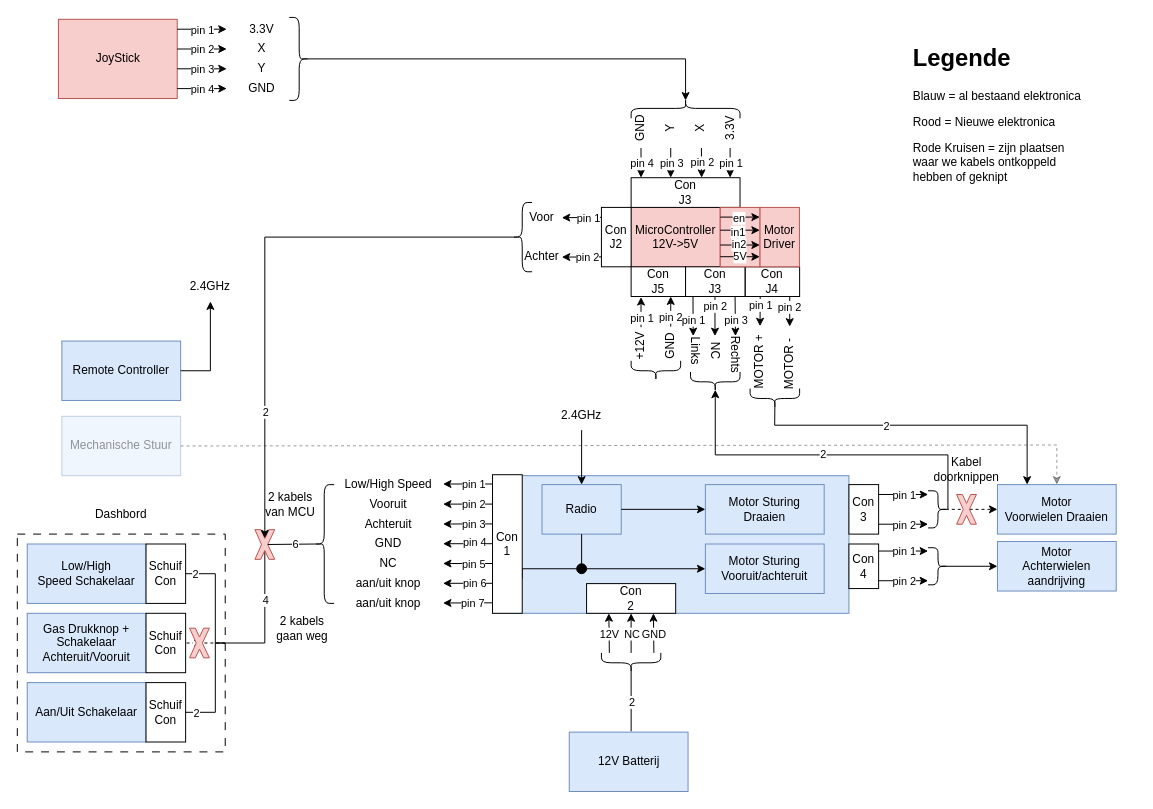
Before: page "Blokdiagram nieuw architectuur met connectoren" (8 of 8) of ArchitectuurDocumenten/Architectuur.drawio in vives-project-xp/GoBabyGo2.0, a draw.io diagram. Source tidied: cells renumbered, new cells numbered last; positions are measured from the earlier drawing's top-left corner, leaving out a move shared by most shapes. Both pictures are drawn from the tidied source at 99%, with x=0, y=0 at pixel (17, 19).
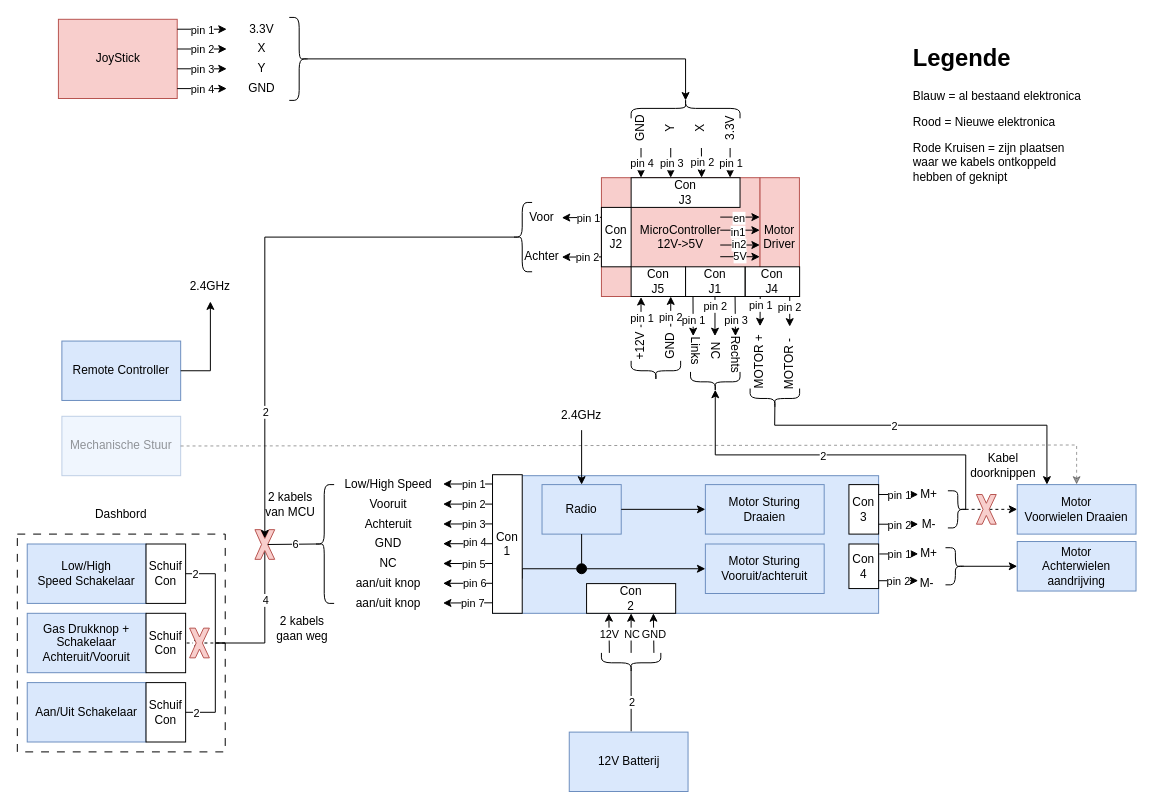
Above is the later version.

The change refers to these unchanged cells:
```xml
<mxCell id="17" value="Mechanische Stuur" style="rounded=0;whiteSpace=wrap;html=1;fillColor=#dae8fc;strokeColor=#6c8ebf;opacity=40;textOpacity=40;" parent="1" vertex="1">
  <mxGeometry x="45" y="401" width="120" height="60" as="geometry" />
</mxCell>
<mxCell id="25" value="Con&lt;br&gt;4" style="rounded=0;whiteSpace=wrap;html=1;" parent="1" vertex="1">
  <mxGeometry x="840" y="530" width="30" height="45" as="geometry" />
</mxCell>
<mxCell id="109" style="shape=curlyBracket;whiteSpace=wrap;html=1;rounded=1;labelPosition=left;verticalLabelPosition=middle;align=right;verticalAlign=middle;direction=north;rotation=0;" parent="1" vertex="1">
  <mxGeometry x="740.2" y="373" width="50" height="20" as="geometry" />
</mxCell>
<mxCell id="154" style="shape=curlyBracket;whiteSpace=wrap;html=1;rounded=1;labelPosition=left;verticalLabelPosition=middle;align=right;verticalAlign=middle;direction=north;rotation=0;size=0.5;" parent="1" vertex="1">
  <mxGeometry x="680" y="356.2" width="50" height="20" as="geometry" />
</mxCell>
```

Change to the diagram source:
```diff
@@
+    <mxCell id="163" value="Motor Driver" style="rounded=0;whiteSpace=wrap;html=1;fillColor=#f8cecc;strokeColor=#b85450;" parent="1" vertex="1">
+      <mxGeometry x="750" y="160" width="40" height="120" as="geometry" />
+    </mxCell>
@@
     <mxCell id="3" style="rounded=0;whiteSpace=wrap;html=1;fillColor=#dae8fc;strokeColor=#6c8ebf;" parent="1" vertex="1">
-      <mxGeometry x="480" y="461" width="360" height="139" as="geometry" />
+      <mxGeometry x="480" y="461" width="390" height="139" as="geometry" />
     </mxCell>
@@
     <mxCell id="12" value="Motor&lt;br&gt;Achterwielen aandrijving" style="rounded=0;whiteSpace=wrap;html=1;fillColor=#dae8fc;strokeColor=#6c8ebf;" parent="1" vertex="1">
-      <mxGeometry x="990" y="527.5" width="120" height="50" as="geometry" />
+      <mxGeometry x="1010" y="527.5" width="120" height="50" as="geometry" />
     </mxCell>
     <mxCell id="13" value="Motor&lt;br&gt;Voorwielen Draaien" style="rounded=0;whiteSpace=wrap;html=1;fillColor=#dae8fc;strokeColor=#6c8ebf;" parent="1" vertex="1">
-      <mxGeometry x="990" y="470" width="120" height="50" as="geometry" />
+      <mxGeometry x="1010" y="470" width="120" height="50" as="geometry" />
     </mxCell>
@@
     <mxCell id="18" style="endArrow=classic;html=1;rounded=0;exitX=1;exitY=0.5;exitDx=0;exitDy=0;entryX=0.5;entryY=0;entryDx=0;entryDy=0;dashed=1;textOpacity=40;opacity=40;" parent="1" edge="1" source="17" target="13">
       <mxGeometry relative="1" as="geometry">
         <Array as="points">
-          <mxPoint x="1050" y="430" />
+          <mxPoint x="1070" y="430" />
         </Array>
       </mxGeometry>
     </mxCell>
@@
     <mxCell id="34" style="endArrow=classic;html=1;rounded=0;exitX=1;exitY=0.75;exitDx=0;exitDy=0;" parent="1" edge="1">
       <mxGeometry relative="1" as="geometry">
         <mxPoint x="870" y="510" as="sourcePoint" />
-        <mxPoint x="920" y="510" as="targetPoint" />
+        <mxPoint x="910" y="510" as="targetPoint" />
       </mxGeometry>
     </mxCell>
@@
     <mxCell id="36" style="endArrow=classic;html=1;rounded=0;exitX=1;exitY=0.25;exitDx=0;exitDy=0;" parent="1" edge="1">
       <mxGeometry relative="1" as="geometry">
         <mxPoint x="870" y="480" as="sourcePoint" />
-        <mxPoint x="920" y="480" as="targetPoint" />
+        <mxPoint x="910" y="480" as="targetPoint" />
       </mxGeometry>
     </mxCell>
@@
     <mxCell id="74" style="endArrow=classic;html=1;rounded=0;exitX=1;exitY=0.75;exitDx=0;exitDy=0;" parent="1" edge="1">
       <mxGeometry relative="1" as="geometry">
         <mxPoint x="870" y="567.1" as="sourcePoint" />
-        <mxPoint x="920" y="567.1" as="targetPoint" />
+        <mxPoint x="910" y="567" as="targetPoint" />
       </mxGeometry>
     </mxCell>
@@
-    <mxCell id="76" style="endArrow=classic;html=1;rounded=0;exitX=1;exitY=0.25;exitDx=0;exitDy=0;" parent="1" edge="1">
+    <mxCell id="76" style="endArrow=classic;html=1;rounded=0;exitX=1.023;exitY=0.224;exitDx=0;exitDy=0;exitPerimeter=0;" parent="1" edge="1" source="25">
       <mxGeometry relative="1" as="geometry">
-        <mxPoint x="870" y="537.1" as="sourcePoint" />
-        <mxPoint x="920" y="537.1" as="targetPoint" />
+        <mxPoint x="910" y="540" as="targetPoint" />
       </mxGeometry>
     </mxCell>
@@
     <mxCell id="78" style="shape=curlyBracket;whiteSpace=wrap;html=1;rounded=1;labelPosition=left;verticalLabelPosition=middle;align=right;verticalAlign=middle;direction=north;rotation=-90;" parent="1" vertex="1">
-      <mxGeometry x="911.2" y="485" width="37.5" height="20" as="geometry" />
+      <mxGeometry x="931.2" y="485" width="37.5" height="20" as="geometry" />
     </mxCell>
     <mxCell id="79" style="shape=curlyBracket;whiteSpace=wrap;html=1;rounded=1;labelPosition=left;verticalLabelPosition=middle;align=right;verticalAlign=middle;direction=north;rotation=-90;size=0.5;" parent="1" vertex="1">
-      <mxGeometry x="911.2" y="542.5" width="37.5" height="20" as="geometry" />
+      <mxGeometry x="928.8" y="542.5" width="37.5" height="20" as="geometry" />
     </mxCell>
@@
     <mxCell id="89" style="verticalLabelPosition=bottom;verticalAlign=top;html=1;shape=mxgraph.basic.x;fillColor=#f8cecc;strokeColor=#b85450;" parent="1" vertex="1">
-      <mxGeometry x="948.8" y="480" width="20" height="30" as="geometry" />
+      <mxGeometry x="968.8" y="480" width="20" height="30" as="geometry" />
     </mxCell>
     <mxCell id="90" value="Kabel doorknippen" style="text;html=1;strokeColor=none;fillColor=none;align=center;verticalAlign=middle;whiteSpace=wrap;rounded=0;" parent="1" vertex="1">
-      <mxGeometry x="928.8" y="440" width="60" height="30" as="geometry" />
+      <mxGeometry x="966" y="436" width="60" height="30" as="geometry" />
     </mxCell>
     <mxCell id="91" value="MicroController&lt;br&gt;12V-&amp;gt;5V" style="rounded=0;whiteSpace=wrap;html=1;fillColor=#f8cecc;strokeColor=#b85450;" parent="1" vertex="1">
-      <mxGeometry x="620" y="190" width="90" height="60" as="geometry" />
+      <mxGeometry x="590" y="160" width="160" height="120" as="geometry" />
     </mxCell>
@@
-    <mxCell id="103" value="Con&lt;br&gt;J3" style="rounded=0;whiteSpace=wrap;html=1;rotation=0;" parent="1" vertex="1">
+    <mxCell id="103" value="Con&lt;br&gt;J1" style="rounded=0;whiteSpace=wrap;html=1;rotation=0;" parent="1" vertex="1">
       <mxGeometry x="675" y="250" width="60" height="30" as="geometry" />
     </mxCell>
@@
-    <mxCell id="155" style="endArrow=classic;html=1;rounded=0;entryX=0.1;entryY=0.5;entryDx=0;entryDy=0;entryPerimeter=0;" parent="1" edge="1" target="154">
+    <mxCell id="155" style="endArrow=classic;html=1;rounded=0;entryX=0.1;entryY=0.5;entryDx=0;entryDy=0;entryPerimeter=0;exitX=0.1;exitY=0.5;exitDx=0;exitDy=0;exitPerimeter=0;" parent="1" edge="1" source="78" target="154">
       <mxGeometry relative="1" as="geometry">
-        <mxPoint x="940" y="495" as="sourcePoint" />
         <Array as="points">
-          <mxPoint x="940" y="440" />
+          <mxPoint x="958" y="440" />
           <mxPoint x="705" y="440" />
         </Array>
       </mxGeometry>
     </mxCell>
@@
     <mxCell id="161" style="endArrow=classic;html=1;rounded=0;exitX=0.1;exitY=0.5;exitDx=0;exitDy=0;exitPerimeter=0;entryX=0.25;entryY=0;entryDx=0;entryDy=0;" parent="1" edge="1" source="109" target="13">
       <mxGeometry relative="1" as="geometry">
         <Array as="points">
           <mxPoint x="765" y="410" />
-          <mxPoint x="1020" y="410" />
+          <mxPoint x="1040" y="410" />
         </Array>
       </mxGeometry>
     </mxCell>
@@
-    <mxCell id="163" value="Motor Driver" style="rounded=0;whiteSpace=wrap;html=1;fillColor=#f8cecc;strokeColor=#b85450;" parent="1" vertex="1">
-      <mxGeometry x="750" y="190" width="40" height="60" as="geometry" />
-    </mxCell>
-    <mxCell id="164" style="rounded=0;whiteSpace=wrap;html=1;fillColor=#f8cecc;strokeColor=#b85450;" parent="1" vertex="1">
-      <mxGeometry x="710" y="190" width="40" height="60" as="geometry" />
-    </mxCell>
@@
+    <mxCell id="174" value="M+" style="text;html=1;strokeColor=none;fillColor=none;align=center;verticalAlign=middle;whiteSpace=wrap;rounded=0;" parent="1" vertex="1">
+      <mxGeometry x="911.2" y="470" width="20" height="20" as="geometry" />
+    </mxCell>
+    <mxCell id="175" value="M+" style="text;html=1;strokeColor=none;fillColor=none;align=center;verticalAlign=middle;whiteSpace=wrap;rounded=0;" parent="1" vertex="1">
+      <mxGeometry x="911.2" y="530" width="20" height="20" as="geometry" />
+    </mxCell>
+    <mxCell id="176" value="M-" style="text;html=1;strokeColor=none;fillColor=none;align=center;verticalAlign=middle;whiteSpace=wrap;rounded=0;" parent="1" vertex="1">
+      <mxGeometry x="911.2" y="500" width="20" height="20" as="geometry" />
+    </mxCell>
+    <mxCell id="177" value="M-" style="text;html=1;strokeColor=none;fillColor=none;align=center;verticalAlign=middle;whiteSpace=wrap;rounded=0;" parent="1" vertex="1">
+      <mxGeometry x="908.8" y="560" width="20" height="20" as="geometry" />
+    </mxCell>
```
